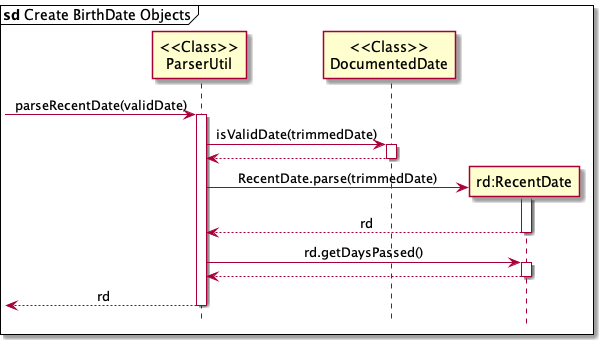
Before: docs/images/RecentDateCreationSequenceDiagram.png, a diagram exported from PlantUML (pyk595/tp).
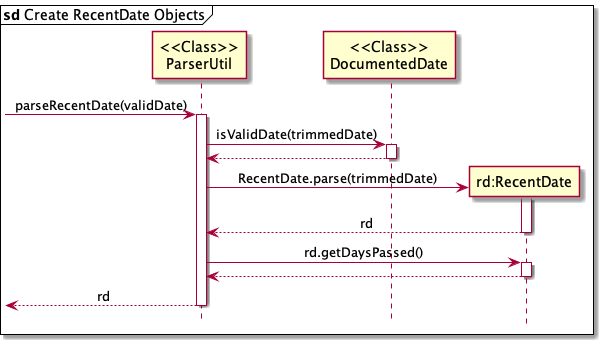
Above is the later version.

Commit message:
Add create reminder date sequence diagram

Diff of the diagram source:
```diff
@@ -1,6 +1,6 @@
 @startuml
 
-mainframe **sd** Create BirthDate Objects
+mainframe **sd** Create RecentDate Objects
 hide footbox
 
 skinparam Sequence {
```
